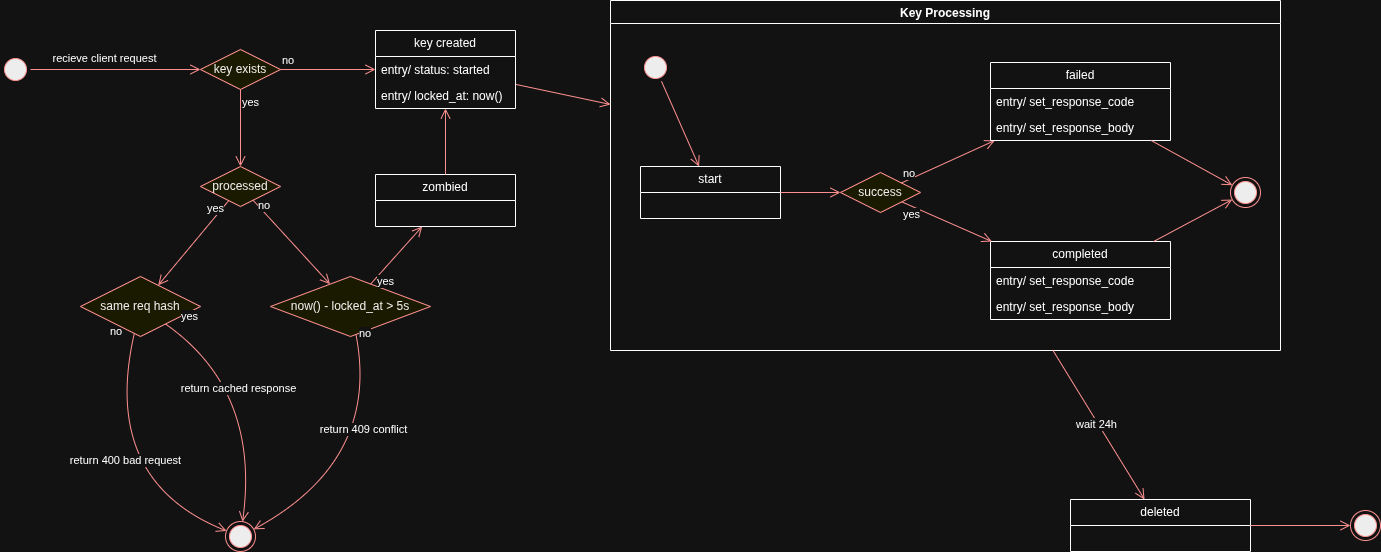
Before: design/idempotency_key_life_cycle.drawio.png, a diagram exported from draw.io (Ianlent/POS-showcase). Source tidied: cells renumbered, new cells last; positions are measured from the earlier drawing's top-left corner, leaving out a move shared by most shapes. The source it was exported from:
```xml
<mxGraphModel>
  <root>
    <mxCell id="0" />
    <mxCell id="1" parent="0" />
    <mxCell id="2" value="Key Processing" style="swimlane;" parent="1" vertex="1">
      <mxGeometry x="610" width="670" height="350" as="geometry" />
    </mxCell>
    <mxCell id="3" style="ellipse;html=1;shape=startState;fillColor=#000000;strokeColor=#ff0000;" parent="2" vertex="1">
      <mxGeometry x="30" y="52" width="30" height="30" as="geometry" />
    </mxCell>
    <mxCell id="4" style="html=1;verticalAlign=bottom;endArrow=open;endSize=8;strokeColor=#ff0000;rounded=0;" parent="2" edge="1" source="3" target="5">
      <mxGeometry relative="1" as="geometry" />
    </mxCell>
    <mxCell id="5" value="start" style="swimlane;fontStyle=0;horizontal=1;startSize=26;fillColor=none;whiteSpace=wrap;html=1;" parent="2" vertex="1">
      <mxGeometry x="30" y="166" width="140" height="52" as="geometry" />
    </mxCell>
    <mxCell id="6" value="completed" style="swimlane;fontStyle=0;horizontal=1;startSize=26;fillColor=none;whiteSpace=wrap;html=1;" parent="2" vertex="1">
      <mxGeometry x="380" y="241" width="180" height="78" as="geometry" />
    </mxCell>
    <mxCell id="7" value="entry/ set_response_code" style="text;strokeColor=none;fillColor=none;align=left;verticalAlign=top;spacingLeft=4;spacingRight=4;overflow=hidden;whiteSpace=wrap;html=1;" parent="6" vertex="1">
      <mxGeometry y="26" width="180" height="26" as="geometry" />
    </mxCell>
    <mxCell id="8" value="entry/ set_response_body" style="text;strokeColor=none;fillColor=none;align=left;verticalAlign=top;spacingLeft=4;spacingRight=4;overflow=hidden;whiteSpace=wrap;html=1;" parent="6" vertex="1">
      <mxGeometry y="52" width="180" height="26" as="geometry" />
    </mxCell>
    <mxCell id="9" value="success" style="rhombus;whiteSpace=wrap;html=1;fontColor=#000000;fillColor=#ffffc0;strokeColor=#ff0000;" parent="2" vertex="1">
      <mxGeometry x="230" y="172" width="80" height="40" as="geometry" />
    </mxCell>
    <mxCell id="10" value="no" style="html=1;align=left;verticalAlign=bottom;endArrow=open;endSize=8;strokeColor=#ff0000;rounded=0;" parent="2" edge="1" source="9" target="13">
      <mxGeometry x="-1" relative="1" as="geometry" />
    </mxCell>
    <mxCell id="11" value="yes" style="html=1;align=left;verticalAlign=top;endArrow=open;endSize=8;strokeColor=#ff0000;rounded=0;" parent="2" edge="1" source="9" target="6">
      <mxGeometry x="-1" relative="1" as="geometry" />
    </mxCell>
    <mxCell id="12" style="html=1;verticalAlign=bottom;endArrow=open;endSize=8;strokeColor=#ff0000;rounded=0;" parent="2" edge="1" source="5" target="9">
      <mxGeometry relative="1" as="geometry" />
    </mxCell>
    <mxCell id="13" value="failed" style="swimlane;fontStyle=0;horizontal=1;startSize=26;fillColor=none;whiteSpace=wrap;html=1;" parent="2" vertex="1">
      <mxGeometry x="380" y="62" width="180" height="78" as="geometry" />
    </mxCell>
    <mxCell id="14" value="entry/ set_response_code" style="text;strokeColor=none;fillColor=none;align=left;verticalAlign=top;spacingLeft=4;spacingRight=4;overflow=hidden;whiteSpace=wrap;html=1;" parent="13" vertex="1">
      <mxGeometry y="26" width="180" height="26" as="geometry" />
    </mxCell>
    <mxCell id="15" value="entry/ set_response_body" style="text;strokeColor=none;fillColor=none;align=left;verticalAlign=top;spacingLeft=4;spacingRight=4;overflow=hidden;whiteSpace=wrap;html=1;" parent="13" vertex="1">
      <mxGeometry y="52" width="180" height="26" as="geometry" />
    </mxCell>
    <mxCell id="16" style="ellipse;html=1;shape=endState;fillColor=#000000;strokeColor=#ff0000;" parent="2" vertex="1">
      <mxGeometry x="620" y="177" width="30" height="30" as="geometry" />
    </mxCell>
    <mxCell id="17" style="html=1;align=left;verticalAlign=bottom;endArrow=open;endSize=8;strokeColor=#ff0000;rounded=0;" parent="2" edge="1" source="13" target="16">
      <mxGeometry x="-0.45" y="-21" relative="1" as="geometry" />
    </mxCell>
    <mxCell id="18" style="html=1;align=left;verticalAlign=bottom;endArrow=open;endSize=8;strokeColor=#ff0000;rounded=0;" parent="2" edge="1" source="6" target="16">
      <mxGeometry x="-0.45" y="-21" relative="1" as="geometry" />
    </mxCell>
    <mxCell id="19" value="deleted" style="swimlane;fontStyle=0;horizontal=1;startSize=26;fillColor=none;whiteSpace=wrap;html=1;" parent="1" vertex="1">
      <mxGeometry x="1070" y="499" width="180" height="52" as="geometry" />
    </mxCell>
    <mxCell id="20" style="ellipse;html=1;shape=endState;fillColor=#000000;strokeColor=#ff0000;" parent="1" vertex="1">
      <mxGeometry x="1350" y="510" width="30" height="30" as="geometry" />
    </mxCell>
    <mxCell id="21" style="html=1;verticalAlign=bottom;endArrow=open;endSize=8;strokeColor=#ff0000;rounded=0;" parent="1" edge="1" source="19" target="20">
      <mxGeometry relative="1" as="geometry" />
    </mxCell>
    <mxCell id="22" style="ellipse;html=1;shape=startState;fillColor=#000000;strokeColor=#ff0000;" parent="1" vertex="1">
      <mxGeometry y="54" width="30" height="30" as="geometry" />
    </mxCell>
    <mxCell id="23" style="html=1;verticalAlign=bottom;endArrow=open;endSize=8;strokeColor=#ff0000;rounded=0;" parent="1" edge="1" source="22" target="33">
      <mxGeometry relative="1" as="geometry" />
    </mxCell>
    <mxCell id="24" value="recieve client request" style="edgeLabel;html=1;align=center;verticalAlign=middle;" parent="23" vertex="1">
      <mxGeometry x="-0.35" relative="1" as="geometry">
        <mxPoint x="18" y="-12" as="offset" />
      </mxGeometry>
    </mxCell>
    <mxCell id="25" value="no" style="html=1;align=left;verticalAlign=bottom;endArrow=open;endSize=8;strokeColor=#ff0000;rounded=0;curved=1;" parent="1" edge="1" source="39" target="44">
      <mxGeometry x="-0.91" y="-23" relative="1" as="geometry">
        <Array as="points">
          <mxPoint x="100" y="480" />
        </Array>
      </mxGeometry>
    </mxCell>
    <mxCell id="26" value="return 400 bad request" style="edgeLabel;html=1;align=center;verticalAlign=middle;" parent="25" vertex="1">
      <mxGeometry x="0.08" relative="1" as="geometry">
        <mxPoint x="21" y="-22" as="offset" />
      </mxGeometry>
    </mxCell>
    <mxCell id="27" style="html=1;align=left;verticalAlign=bottom;endArrow=open;endSize=8;strokeColor=#ff0000;rounded=0;" parent="1" edge="1" source="2" target="19">
      <mxGeometry x="-0.45" y="-21" relative="1" as="geometry" />
    </mxCell>
    <mxCell id="28" value="wait 24h" style="edgeLabel;html=1;align=center;verticalAlign=middle;" parent="27" vertex="1">
      <mxGeometry x="-0.03" y="-2" relative="1" as="geometry" />
    </mxCell>
    <mxCell id="29" style="html=1;verticalAlign=bottom;endArrow=open;endSize=8;strokeColor=#ff0000;rounded=0;" parent="1" edge="1" source="30" target="2">
      <mxGeometry relative="1" as="geometry" />
    </mxCell>
    <mxCell id="30" value="key created" style="swimlane;fontStyle=0;horizontal=1;startSize=26;fillColor=none;whiteSpace=wrap;html=1;" parent="1" vertex="1">
      <mxGeometry x="375" y="30" width="140" height="78" as="geometry" />
    </mxCell>
    <mxCell id="31" value="entry/ status: started" style="text;strokeColor=none;fillColor=none;align=left;verticalAlign=top;spacingLeft=4;spacingRight=4;overflow=hidden;whiteSpace=wrap;html=1;" parent="30" vertex="1">
      <mxGeometry y="26" width="140" height="26" as="geometry" />
    </mxCell>
    <mxCell id="32" value="entry/ locked_at: now()" style="text;strokeColor=none;fillColor=none;align=left;verticalAlign=top;spacingLeft=4;spacingRight=4;overflow=hidden;whiteSpace=wrap;html=1;" parent="30" vertex="1">
      <mxGeometry y="52" width="140" height="26" as="geometry" />
    </mxCell>
    <mxCell id="33" value="key exists" style="rhombus;whiteSpace=wrap;html=1;fontColor=#000000;fillColor=#ffffc0;strokeColor=#ff0000;" parent="1" vertex="1">
      <mxGeometry x="200" y="49" width="80" height="40" as="geometry" />
    </mxCell>
    <mxCell id="34" value="no" style="html=1;align=left;verticalAlign=bottom;endArrow=open;endSize=8;strokeColor=#ff0000;rounded=0;" parent="1" edge="1" source="33" target="30">
      <mxGeometry x="-1" relative="1" as="geometry" />
    </mxCell>
    <mxCell id="35" value="yes" style="html=1;align=left;verticalAlign=top;endArrow=open;endSize=8;strokeColor=#ff0000;rounded=0;" parent="1" edge="1" source="33" target="36">
      <mxGeometry x="-1" relative="1" as="geometry" />
    </mxCell>
    <mxCell id="36" value="processed" style="rhombus;whiteSpace=wrap;html=1;fontColor=#000000;fillColor=#ffffc0;strokeColor=#ff0000;" parent="1" vertex="1">
      <mxGeometry x="200" y="166" width="80" height="40" as="geometry" />
    </mxCell>
    <mxCell id="37" value="no" style="html=1;align=left;verticalAlign=bottom;endArrow=open;endSize=8;strokeColor=#ff0000;rounded=0;" parent="1" edge="1" source="36" target="41">
      <mxGeometry x="-0.77" y="-7" relative="1" as="geometry" />
    </mxCell>
    <mxCell id="38" value="yes" style="html=1;align=left;verticalAlign=top;endArrow=open;endSize=8;strokeColor=#ff0000;rounded=0;" parent="1" edge="1" source="36" target="39">
      <mxGeometry x="-0.8" y="-21" relative="1" as="geometry" />
    </mxCell>
    <mxCell id="39" value="same req hash" style="rhombus;whiteSpace=wrap;html=1;fontColor=#000000;fillColor=#ffffc0;strokeColor=#ff0000;" parent="1" vertex="1">
      <mxGeometry x="80" y="276" width="120" height="60" as="geometry" />
    </mxCell>
    <mxCell id="40" value="zombied" style="swimlane;fontStyle=0;horizontal=1;startSize=26;fillColor=none;whiteSpace=wrap;html=1;" parent="1" vertex="1">
      <mxGeometry x="375" y="174" width="140" height="52" as="geometry" />
    </mxCell>
    <mxCell id="41" value="now() - locked_at &amp;gt; 5s" style="rhombus;whiteSpace=wrap;html=1;fontColor=#000000;fillColor=#ffffc0;strokeColor=#ff0000;" parent="1" vertex="1">
      <mxGeometry x="270" y="276" width="160" height="60" as="geometry" />
    </mxCell>
    <mxCell id="42" value="yes" style="html=1;align=left;verticalAlign=top;endArrow=open;endSize=8;strokeColor=#ff0000;rounded=0;" parent="1" edge="1" source="41" target="40">
      <mxGeometry x="-0.6" y="7" relative="1" as="geometry" />
    </mxCell>
    <mxCell id="43" style="html=1;verticalAlign=bottom;endArrow=open;endSize=8;strokeColor=#ff0000;rounded=0;" parent="1" edge="1" source="40" target="30">
      <mxGeometry relative="1" as="geometry" />
    </mxCell>
    <mxCell id="44" style="ellipse;html=1;shape=endState;fillColor=#000000;strokeColor=#ff0000;" parent="1" vertex="1">
      <mxGeometry x="225" y="521" width="30" height="30" as="geometry" />
    </mxCell>
    <mxCell id="45" value="yes" style="html=1;align=left;verticalAlign=top;endArrow=open;endSize=8;strokeColor=#ff0000;rounded=0;curved=1;" parent="1" edge="1" source="39" target="44">
      <mxGeometry x="-1" y="25" relative="1" as="geometry">
        <Array as="points">
          <mxPoint x="260" y="390" />
        </Array>
      </mxGeometry>
    </mxCell>
    <mxCell id="46" value="return cached response" style="edgeLabel;html=1;align=center;verticalAlign=middle;" parent="45" vertex="1">
      <mxGeometry x="-0.11" y="-1" relative="1" as="geometry">
        <mxPoint x="-18" as="offset" />
      </mxGeometry>
    </mxCell>
    <mxCell id="47" value="no" style="html=1;align=left;verticalAlign=bottom;endArrow=open;endSize=8;strokeColor=#ff0000;rounded=0;curved=1;" parent="1" edge="1" source="41" target="44">
      <mxGeometry x="-0.94" relative="1" as="geometry">
        <Array as="points">
          <mxPoint x="380" y="460" />
        </Array>
      </mxGeometry>
    </mxCell>
    <mxCell id="48" value="return 409 conflict" style="edgeLabel;html=1;align=center;verticalAlign=middle;" parent="47" vertex="1">
      <mxGeometry x="0.13" y="2" relative="1" as="geometry">
        <mxPoint x="4" y="-45" as="offset" />
      </mxGeometry>
    </mxCell>
  </root>
</mxGraphModel>
```
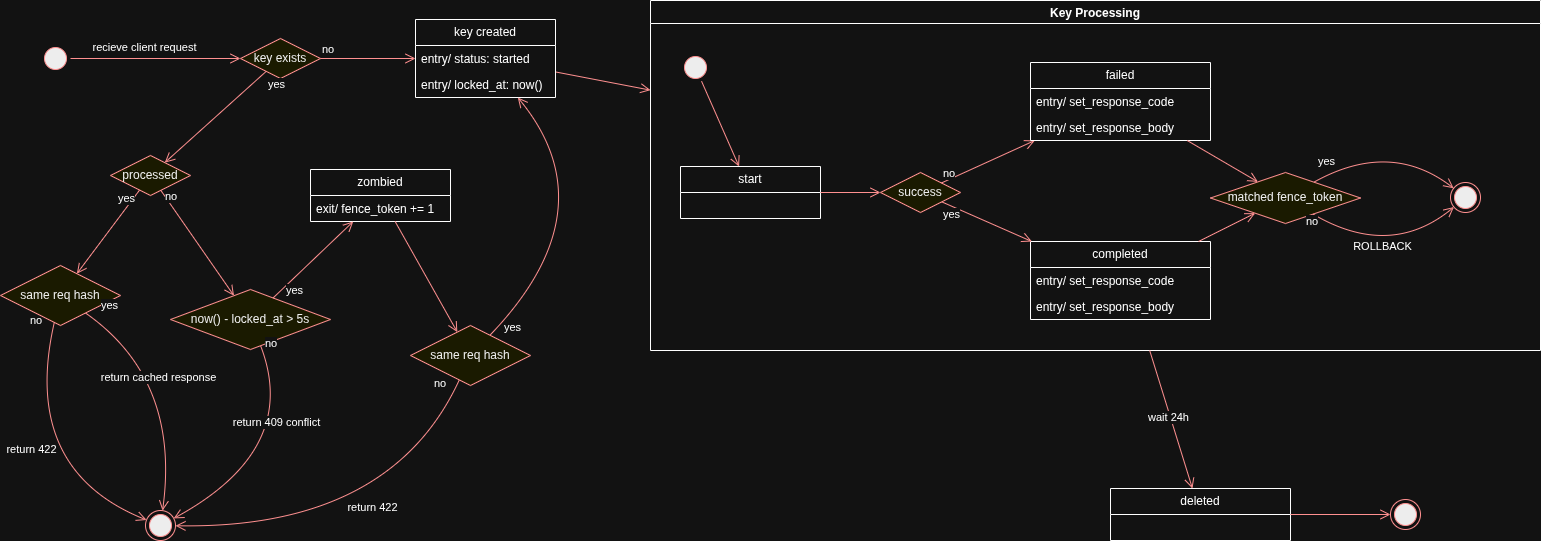
After the commit.

Change to the diagram source:
```diff
@@ -3,7 +3,7 @@
     <mxCell id="0" />
     <mxCell id="1" parent="0" />
     <mxCell id="2" value="Key Processing" style="swimlane;" parent="1" vertex="1">
-      <mxGeometry x="610" width="670" height="350" as="geometry" />
+      <mxGeometry x="610" y="11" width="890" height="350" as="geometry" />
     </mxCell>
     <mxCell id="3" style="ellipse;html=1;shape=startState;fillColor=#000000;strokeColor=#ff0000;" parent="2" vertex="1">
       <mxGeometry x="30" y="52" width="30" height="30" as="geometry" />
@@ -45,14 +45,36 @@
       <mxGeometry y="52" width="180" height="26" as="geometry" />
     </mxCell>
     <mxCell id="16" style="ellipse;html=1;shape=endState;fillColor=#000000;strokeColor=#ff0000;" parent="2" vertex="1">
-      <mxGeometry x="620" y="177" width="30" height="30" as="geometry" />
+      <mxGeometry x="800" y="182" width="30" height="30" as="geometry" />
     </mxCell>
-    <mxCell id="17" style="html=1;align=left;verticalAlign=bottom;endArrow=open;endSize=8;strokeColor=#ff0000;rounded=0;" parent="2" edge="1" source="13" target="16">
+    <mxCell id="17" style="html=1;align=left;verticalAlign=bottom;endArrow=open;endSize=8;strokeColor=#ff0000;rounded=0;" parent="2" edge="1" source="13" target="49">
       <mxGeometry x="-0.45" y="-21" relative="1" as="geometry" />
     </mxCell>
-    <mxCell id="18" style="html=1;align=left;verticalAlign=bottom;endArrow=open;endSize=8;strokeColor=#ff0000;rounded=0;" parent="2" edge="1" source="6" target="16">
+    <mxCell id="18" style="html=1;align=left;verticalAlign=bottom;endArrow=open;endSize=8;strokeColor=#ff0000;rounded=0;" parent="2" edge="1" source="6" target="49">
       <mxGeometry x="-0.45" y="-21" relative="1" as="geometry" />
     </mxCell>
+    <mxCell id="49" value="matched fence_token" style="rhombus;whiteSpace=wrap;html=1;fontColor=#000000;fillColor=#ffffc0;strokeColor=#ff0000;" parent="2" vertex="1">
+      <mxGeometry x="560" y="172" width="150" height="51" as="geometry" />
+    </mxCell>
+    <mxCell id="50" value="no" style="html=1;align=left;verticalAlign=bottom;endArrow=open;endSize=8;strokeColor=#ff0000;rounded=0;curved=1;" parent="2" edge="1" source="49" target="16">
+      <mxGeometry x="-0.98" y="-18" relative="1" as="geometry">
+        <Array as="points">
+          <mxPoint x="740" y="259" />
+        </Array>
+      </mxGeometry>
+    </mxCell>
+    <mxCell id="51" value="ROLLBACK" style="edgeLabel;html=1;align=center;verticalAlign=middle;" parent="50" vertex="1">
+      <mxGeometry x="0.46" y="20" relative="1" as="geometry">
+        <mxPoint x="-24" y="25" as="offset" />
+      </mxGeometry>
+    </mxCell>
+    <mxCell id="52" value="yes" style="html=1;align=left;verticalAlign=top;endArrow=open;endSize=8;strokeColor=#ff0000;rounded=0;curved=1;" parent="2" edge="1" source="49" target="16">
+      <mxGeometry x="-0.78" y="28" relative="1" as="geometry">
+        <Array as="points">
+          <mxPoint x="740" y="139" />
+        </Array>
+      </mxGeometry>
+    </mxCell>
     <mxCell id="19" value="deleted" style="swimlane;fontStyle=0;horizontal=1;startSize=26;fillColor=none;whiteSpace=wrap;html=1;" parent="1" vertex="1">
       <mxGeometry x="1070" y="499" width="180" height="52" as="geometry" />
     </mxCell>
@@ -76,13 +98,13 @@
     <mxCell id="25" value="no" style="html=1;align=left;verticalAlign=bottom;endArrow=open;endSize=8;strokeColor=#ff0000;rounded=0;curved=1;" parent="1" edge="1" source="39" target="44">
       <mxGeometry x="-0.91" y="-23" relative="1" as="geometry">
         <Array as="points">
-          <mxPoint x="100" y="480" />
+          <mxPoint x="-20" y="480" />
         </Array>
       </mxGeometry>
     </mxCell>
-    <mxCell id="26" value="return 400 bad request" style="edgeLabel;html=1;align=center;verticalAlign=middle;" parent="25" vertex="1">
+    <mxCell id="26" value="return 422" style="edgeLabel;html=1;align=center;verticalAlign=middle;" parent="25" vertex="1">
       <mxGeometry x="0.08" relative="1" as="geometry">
-        <mxPoint x="21" y="-22" as="offset" />
+        <mxPoint x="6" y="-22" as="offset" />
       </mxGeometry>
     </mxCell>
     <mxCell id="27" style="html=1;align=left;verticalAlign=bottom;endArrow=open;endSize=8;strokeColor=#ff0000;rounded=0;" parent="1" edge="1" source="2" target="19">
@@ -113,7 +135,7 @@
       <mxGeometry x="-1" relative="1" as="geometry" />
     </mxCell>
     <mxCell id="36" value="processed" style="rhombus;whiteSpace=wrap;html=1;fontColor=#000000;fillColor=#ffffc0;strokeColor=#ff0000;" parent="1" vertex="1">
-      <mxGeometry x="200" y="166" width="80" height="40" as="geometry" />
+      <mxGeometry x="70" y="166" width="80" height="40" as="geometry" />
     </mxCell>
     <mxCell id="37" value="no" style="html=1;align=left;verticalAlign=bottom;endArrow=open;endSize=8;strokeColor=#ff0000;rounded=0;" parent="1" edge="1" source="36" target="41">
       <mxGeometry x="-0.77" y="-7" relative="1" as="geometry" />
@@ -122,27 +144,30 @@
       <mxGeometry x="-0.8" y="-21" relative="1" as="geometry" />
     </mxCell>
     <mxCell id="39" value="same req hash" style="rhombus;whiteSpace=wrap;html=1;fontColor=#000000;fillColor=#ffffc0;strokeColor=#ff0000;" parent="1" vertex="1">
-      <mxGeometry x="80" y="276" width="120" height="60" as="geometry" />
+      <mxGeometry x="-40" y="276" width="120" height="60" as="geometry" />
     </mxCell>
     <mxCell id="40" value="zombied" style="swimlane;fontStyle=0;horizontal=1;startSize=26;fillColor=none;whiteSpace=wrap;html=1;" parent="1" vertex="1">
-      <mxGeometry x="375" y="174" width="140" height="52" as="geometry" />
+      <mxGeometry x="270" y="180" width="140" height="52" as="geometry" />
     </mxCell>
+    <mxCell id="53" value="exit/ fence_token += 1" style="text;strokeColor=none;fillColor=none;align=left;verticalAlign=top;spacingLeft=4;spacingRight=4;overflow=hidden;whiteSpace=wrap;html=1;" parent="40" vertex="1">
+      <mxGeometry y="26" width="140" height="26" as="geometry" />
+    </mxCell>
     <mxCell id="41" value="now() - locked_at &amp;gt; 5s" style="rhombus;whiteSpace=wrap;html=1;fontColor=#000000;fillColor=#ffffc0;strokeColor=#ff0000;" parent="1" vertex="1">
-      <mxGeometry x="270" y="276" width="160" height="60" as="geometry" />
+      <mxGeometry x="130" y="300" width="160" height="60" as="geometry" />
     </mxCell>
     <mxCell id="42" value="yes" style="html=1;align=left;verticalAlign=top;endArrow=open;endSize=8;strokeColor=#ff0000;rounded=0;" parent="1" edge="1" source="41" target="40">
       <mxGeometry x="-0.6" y="7" relative="1" as="geometry" />
     </mxCell>
-    <mxCell id="43" style="html=1;verticalAlign=bottom;endArrow=open;endSize=8;strokeColor=#ff0000;rounded=0;" parent="1" edge="1" source="40" target="30">
+    <mxCell id="43" style="html=1;verticalAlign=bottom;endArrow=open;endSize=8;strokeColor=#ff0000;rounded=0;" parent="1" edge="1" source="40" target="54">
       <mxGeometry relative="1" as="geometry" />
     </mxCell>
     <mxCell id="44" style="ellipse;html=1;shape=endState;fillColor=#000000;strokeColor=#ff0000;" parent="1" vertex="1">
-      <mxGeometry x="225" y="521" width="30" height="30" as="geometry" />
+      <mxGeometry x="105" y="521" width="30" height="30" as="geometry" />
     </mxCell>
     <mxCell id="45" value="yes" style="html=1;align=left;verticalAlign=top;endArrow=open;endSize=8;strokeColor=#ff0000;rounded=0;curved=1;" parent="1" edge="1" source="39" target="44">
       <mxGeometry x="-1" y="25" relative="1" as="geometry">
         <Array as="points">
-          <mxPoint x="260" y="390" />
+          <mxPoint x="140" y="390" />
         </Array>
       </mxGeometry>
     </mxCell>
@@ -154,7 +179,7 @@
     <mxCell id="47" value="no" style="html=1;align=left;verticalAlign=bottom;endArrow=open;endSize=8;strokeColor=#ff0000;rounded=0;curved=1;" parent="1" edge="1" source="41" target="44">
       <mxGeometry x="-0.94" relative="1" as="geometry">
         <Array as="points">
-          <mxPoint x="380" y="460" />
+          <mxPoint x="260" y="460" />
         </Array>
       </mxGeometry>
     </mxCell>
@@ -163,5 +188,27 @@
         <mxPoint x="4" y="-45" as="offset" />
       </mxGeometry>
     </mxCell>
+    <mxCell id="54" value="same req hash" style="rhombus;whiteSpace=wrap;html=1;fontColor=#000000;fillColor=#ffffc0;strokeColor=#ff0000;" parent="1" vertex="1">
+      <mxGeometry x="370" y="336" width="120" height="60" as="geometry" />
+    </mxCell>
+    <mxCell id="55" value="yes" style="html=1;align=left;verticalAlign=top;endArrow=open;endSize=8;strokeColor=#ff0000;rounded=0;curved=1;" parent="1" edge="1" source="54" target="30">
+      <mxGeometry x="-0.85" y="5" relative="1" as="geometry">
+        <Array as="points">
+          <mxPoint x="570" y="220" />
+        </Array>
+      </mxGeometry>
+    </mxCell>
+    <mxCell id="56" value="no" style="html=1;align=left;verticalAlign=bottom;endArrow=open;endSize=8;strokeColor=#ff0000;rounded=0;curved=1;" parent="1" edge="1" source="54" target="44">
+      <mxGeometry x="-0.88" y="-19" relative="1" as="geometry">
+        <Array as="points">
+          <mxPoint x="350" y="540" />
+        </Array>
+      </mxGeometry>
+    </mxCell>
+    <mxCell id="57" value="return 422" style="edgeLabel;html=1;align=center;verticalAlign=middle;" parent="56" vertex="1">
+      <mxGeometry x="0.08" relative="1" as="geometry">
+        <mxPoint x="21" y="-22" as="offset" />
+      </mxGeometry>
+    </mxCell>
   </root>
 </mxGraphModel>
```
